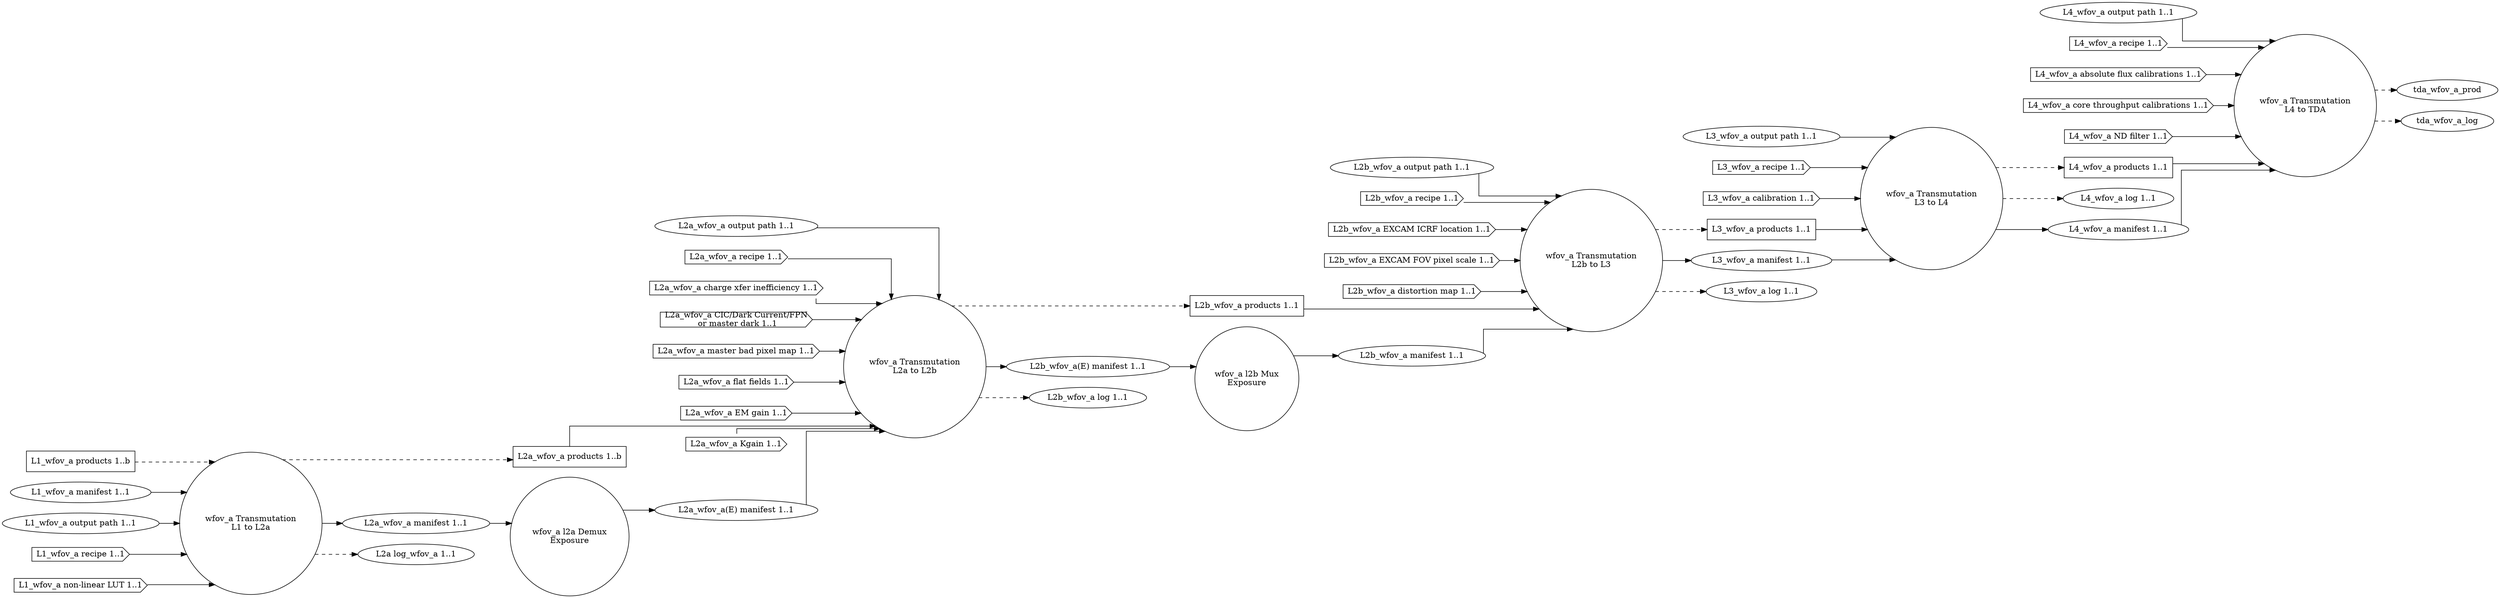
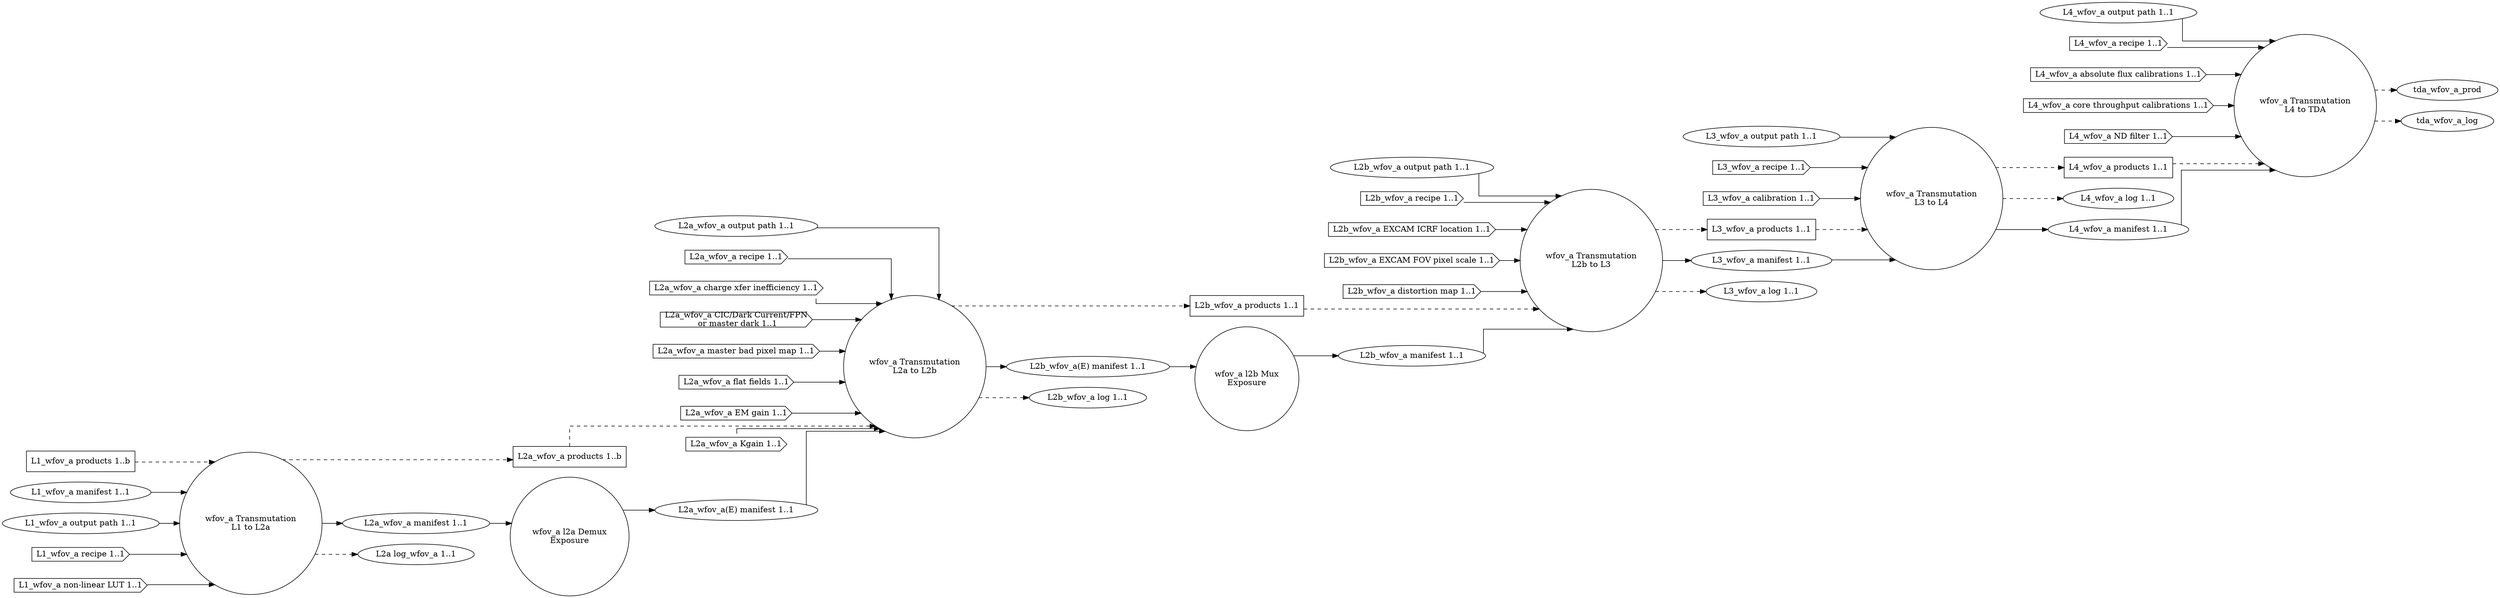
digraph WideFieldOfViewAnalog
{
  graph [splines="ortho", rankdir=LR];

  trans_wfov_a_l1_l2a [label="wfov_a Transmutation\nL1 to L2a", shape="circle"];
  l2a_wfov_a_demux [label="wfov_a l2a Demux\nExposure" shape="circle"];
  trans_wfov_a_l2a_l2b [label="wfov_a Transmutation\nL2a to L2b", shape="circle"];
  l2b_wfov_a_mux [label="wfov_a l2b Mux\nExposure", shape="circle"];
  trans_wfov_a_l2b_l3 [label="wfov_a Transmutation\nL2b to L3", shape="circle"];
  trans_wfov_a_l3_l4 [label="wfov_a Transmutation\nL3 to L4", shape="circle"];
  trans_wfov_a_l4_tda [label="wfov_a Transmutation\nL4 to TDA", shape="circle"];

  l1_wfov_a_prod [label="L1_wfov_a products 1..b", shape="rectangle"];
  l1_wfov_a_man [label="L1_wfov_a manifest 1..1", shape="ellipse"];
  l1_wfov_a_odir [label="L1_wfov_a output path 1..1", shape="ellipse"];
  l1_wfov_a_rec [label="L1_wfov_a recipe 1..1", shape="cds"];
  l1_wfov_a_nllut [label="L1_wfov_a non-linear LUT 1..1", shape="cds"];

  l2a_wfov_a_prod [label="L2a_wfov_a products 1..b", shape="rectangle"];
  l2a_wfov_a_man [label="L2a_wfov_a manifest 1..1", shape="ellipse"];
  l2a_wfov_a_odir [label="L2a_wfov_a output path 1..1", shape="ellipse"];
  l2a_wfov_a_rec [label="L2a_wfov_a recipe 1..1", shape="cds"];
  l2a_wfov_a_cti [label="L2a_wfov_a charge xfer inefficiency 1..1", shape="cds"];
  l2a_wfov_a_dnb [label="L2a_wfov_a CIC/Dark Current/FPN\n or master dark 1..1", shape="cds"];
  l2a_wfov_a_mbpm [label="L2a_wfov_a master bad pixel map 1..1", shape="cds"];
  l2a_wfov_a_ff [label="L2a_wfov_a flat fields 1..1", shape="cds"];
  l2a_wfov_a_emg [label="L2a_wfov_a EM gain 1..1", shape="cds"];
  l2a_wfov_a_kgain [label="L2a_wfov_a Kgain 1..1", shape="cds"];
  l2a_wfov_a_log [label="L2a log_wfov_a 1..1", shape="ellipse"];
  l2a_wfov_a_man_demux [label="L2a_wfov_a(E) manifest 1..1", shape="ellipse"];

  l2b_wfov_a_prod [label="L2b_wfov_a products 1..1", shape="rectangle"];
  l2b_wfov_a_man [label="L2b_wfov_a manifest 1..1", shape="ellipse"];
  l2b_wfov_a_odir [label="L2b_wfov_a output path 1..1", shape="ellipse"];
  l2b_wfov_a_rec [label="L2b_wfov_a recipe 1..1", shape="cds"];
  l2b_wfov_a_excicrf [label="L2b_wfov_a EXCAM ICRF location 1..1", shape="cds"];
  l2b_wfov_a_excfovps [label="L2b_wfov_a EXCAM FOV pixel scale 1..1", shape="cds"];
  l2b_wfov_a_distm [label="L2b_wfov_a distortion map 1..1", shape="cds"];
  l2b_wfov_a_man_demux [label="L2b_wfov_a(E) manifest 1..1", shape="ellipse"];
  l2b_wfov_a_log [label="L2b_wfov_a log 1..1", shape="ellipse"];

  l3_wfov_a_prod [label="L3_wfov_a products 1..1", shape="rectangle"];
  l3_wfov_a_odir [label="L3_wfov_a output path 1..1", shape="ellipse"];
  l3_wfov_a_man [label="L3_wfov_a manifest 1..1", shape="ellipse"];
  l3_wfov_a_rec [label="L3_wfov_a recipe 1..1", shape="cds"];
  l3_wfov_a_cal [label="L3_wfov_a calibration 1..1", shape="cds"];
  l3_wfov_a_log [label="L3_wfov_a log 1..1", shape="ellipse"];

  l4_wfov_a_prod [label="L4_wfov_a products 1..1", shape="rectangle"];
  l4_wfov_a_odir [label="L4_wfov_a output path 1..1", shape="ellipse"];
  l4_wfov_a_log [label="L4_wfov_a log 1..1", shape="ellipse"];
  l4_wfov_a_man [label="L4_wfov_a manifest 1..1", shape="ellipse"];
  l4_wfov_a_rec [label="L4_wfov_a recipe 1..1", shape="cds"];
  l4_wfov_a_afcal [label="L4_wfov_a absolute flux calibrations 1..1", shape="cds"];
  l4_wfov_a_ctcal [label="L4_wfov_a core throughput calibrations 1..1", shape="cds"];
  l4_wfov_a_ndfilt [label="L4_wfov_a ND filter 1..1", shape="cds"];

  l1_wfov_a_prod -> trans_wfov_a_l1_l2a [style="dashed"];
  l1_wfov_a_man -> trans_wfov_a_l1_l2a;
  l1_wfov_a_odir -> trans_wfov_a_l1_l2a;
  l1_wfov_a_rec -> trans_wfov_a_l1_l2a;
  l1_wfov_a_nllut -> trans_wfov_a_l1_l2a;

  trans_wfov_a_l1_l2a -> l2a_wfov_a_prod [style="dashed"];
  trans_wfov_a_l1_l2a -> l2a_wfov_a_man;
  trans_wfov_a_l1_l2a -> l2a_wfov_a_log [style="dashed"];

-   l2a_wfov_a_prod -> trans_wfov_a_l2a_l2b;
+   l2a_wfov_a_prod -> trans_wfov_a_l2a_l2b [style="dashed"];
  l2a_wfov_a_odir -> trans_wfov_a_l2a_l2b;
  l2a_wfov_a_rec -> trans_wfov_a_l2a_l2b;
  l2a_wfov_a_cti -> trans_wfov_a_l2a_l2b;
  l2a_wfov_a_dnb -> trans_wfov_a_l2a_l2b;
  l2a_wfov_a_mbpm -> trans_wfov_a_l2a_l2b;
  l2a_wfov_a_ff -> trans_wfov_a_l2a_l2b;
  l2a_wfov_a_emg -> trans_wfov_a_l2a_l2b;
  l2a_wfov_a_kgain -> trans_wfov_a_l2a_l2b;

  trans_wfov_a_l2a_l2b -> l2b_wfov_a_prod [style="dashed"];
  trans_wfov_a_l2a_l2b -> l2b_wfov_a_man_demux;
  trans_wfov_a_l2a_l2b -> l2b_wfov_a_log [style="dashed"];

  l2a_wfov_a_man -> l2a_wfov_a_demux;
  l2a_wfov_a_demux -> l2a_wfov_a_man_demux;
  l2a_wfov_a_man_demux -> trans_wfov_a_l2a_l2b;

  l2b_wfov_a_man_demux -> l2b_wfov_a_mux;
  l2b_wfov_a_mux -> l2b_wfov_a_man;

-   l2b_wfov_a_prod -> trans_wfov_a_l2b_l3;
+   l2b_wfov_a_prod -> trans_wfov_a_l2b_l3 [style="dashed"];
  l2b_wfov_a_man -> trans_wfov_a_l2b_l3;
  l2b_wfov_a_odir -> trans_wfov_a_l2b_l3;
  l2b_wfov_a_rec -> trans_wfov_a_l2b_l3;
  l2b_wfov_a_excicrf -> trans_wfov_a_l2b_l3;
  l2b_wfov_a_excfovps -> trans_wfov_a_l2b_l3;
  l2b_wfov_a_distm -> trans_wfov_a_l2b_l3;
  trans_wfov_a_l2b_l3 -> l3_wfov_a_prod [style="dashed"];
  trans_wfov_a_l2b_l3 -> l3_wfov_a_man;
  trans_wfov_a_l2b_l3 -> l3_wfov_a_log [style="dashed"];

-   l3_wfov_a_prod -> trans_wfov_a_l3_l4;
+   l3_wfov_a_prod -> trans_wfov_a_l3_l4 [style="dashed"];
  l3_wfov_a_man -> trans_wfov_a_l3_l4;
  l3_wfov_a_odir -> trans_wfov_a_l3_l4;
  l3_wfov_a_rec -> trans_wfov_a_l3_l4;
  l3_wfov_a_cal -> trans_wfov_a_l3_l4;
  trans_wfov_a_l3_l4 -> l4_wfov_a_prod [style="dashed"];
  trans_wfov_a_l3_l4 -> l4_wfov_a_log [style="dashed"];
  trans_wfov_a_l3_l4 -> l4_wfov_a_man;

-   l4_wfov_a_prod -> trans_wfov_a_l4_tda;
+   l4_wfov_a_prod -> trans_wfov_a_l4_tda [style="dashed"];
  l4_wfov_a_man -> trans_wfov_a_l4_tda;
  l4_wfov_a_odir -> trans_wfov_a_l4_tda;
  l4_wfov_a_rec -> trans_wfov_a_l4_tda;
  l4_wfov_a_afcal -> trans_wfov_a_l4_tda;
  l4_wfov_a_ctcal -> trans_wfov_a_l4_tda;
  l4_wfov_a_ndfilt -> trans_wfov_a_l4_tda;
  trans_wfov_a_l4_tda -> tda_wfov_a_prod [style="dashed"];
  trans_wfov_a_l4_tda -> tda_wfov_a_log [style="dashed"];
}
